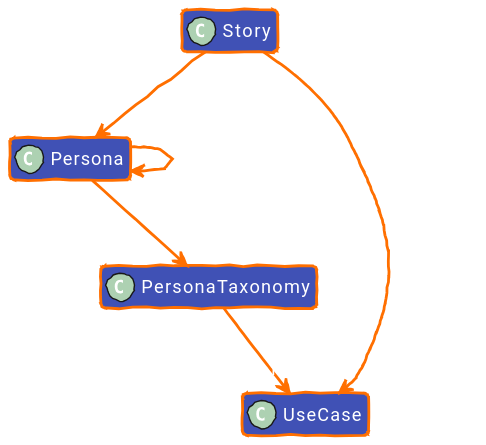
Before: diagrams/out/uctm-persona_dark.svg, a diagram exported from PlantUML (EKGF/ekg-method).
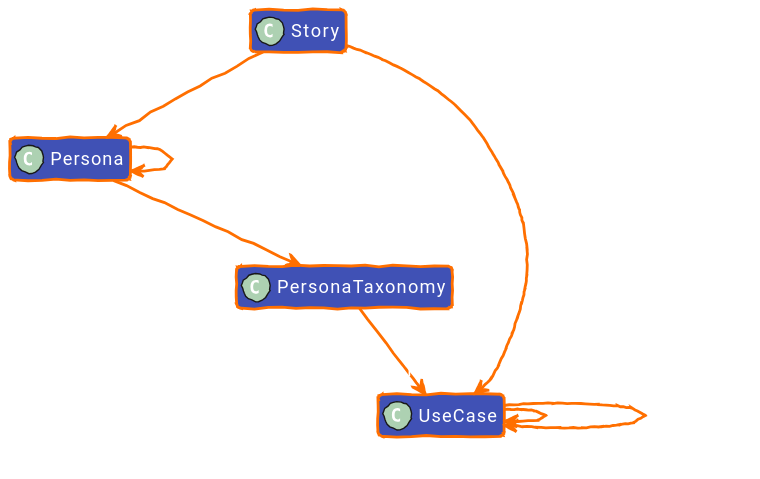
After the commit.

Change to the diagram source:
```diff
@@ -72,7 +72,7 @@
 class "Persona" as Persona [[/concept/persona/#ontology]]
 class "Story" as Story [[/concept/story/#ontology]]
 class "UseCase" as UseCase [[/concept/use-case/#ontology]]
-class "PersonaTaxonomy" as PersonaTaxonomy
+class "PersonaTaxonomy" as PersonaTaxonomy [[/concept/persona/persona-taxonomy/#ontology]]
 
 Story --> Persona : :playedBy
 Story "0..*" --> "1" UseCase : :useCase
@@ -80,5 +80,8 @@
 Persona --> PersonaTaxonomy : skos:inScheme
 PersonaTaxonomy "0..1" --> "1" UseCase : :useCase
 
-Persona --> Persona : :isSubPersonaOf
+UseCase "0..*" --> "0..1" UseCase : :isPartOf
+UseCase "0..*" --> "0..*" UseCase : :isUsedIn
+
+Persona --> Persona : :isSubPersonaOf / skos:broader
 @enduml
```
